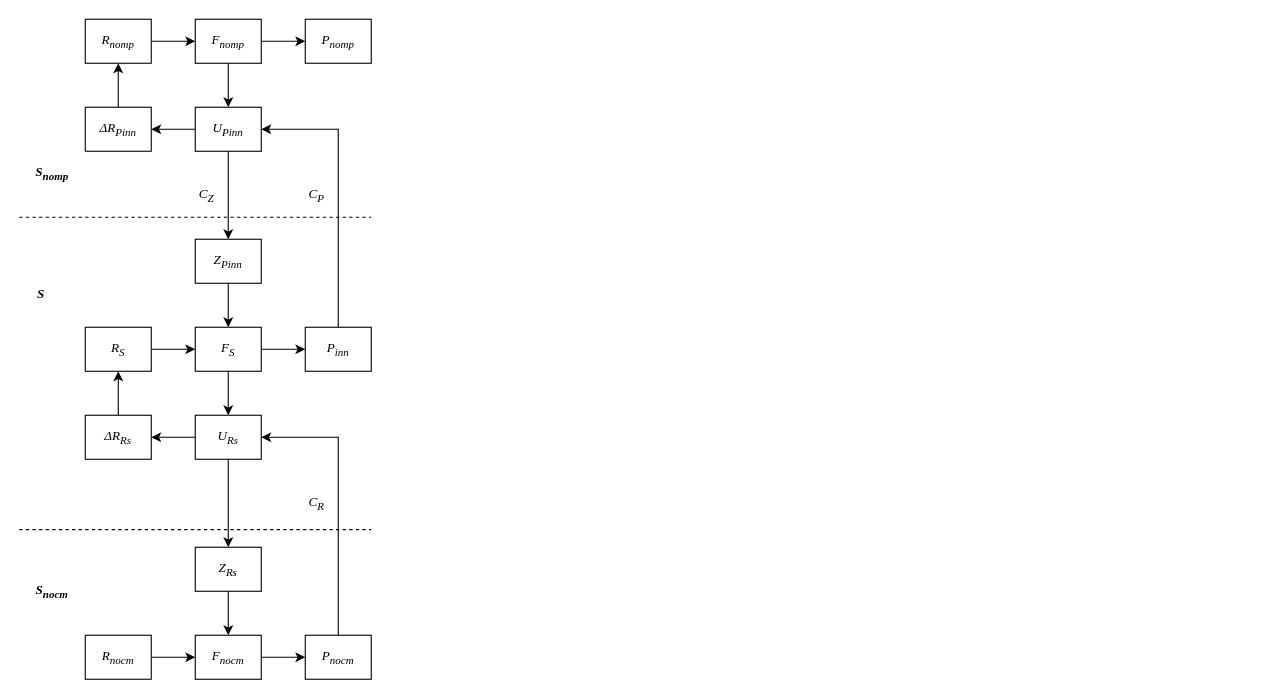
Above: delovoe_okr.drawio in obscurya/draw.io (draw.io), before the change. Source tidied: cells renumbered, new cells numbered last; positions are measured from the earlier drawing's top-left corner, leaving out a move shared by most shapes. Both pictures are drawn from the tidied source at 110%, with x=0, y=0 at pixel (19, 19).
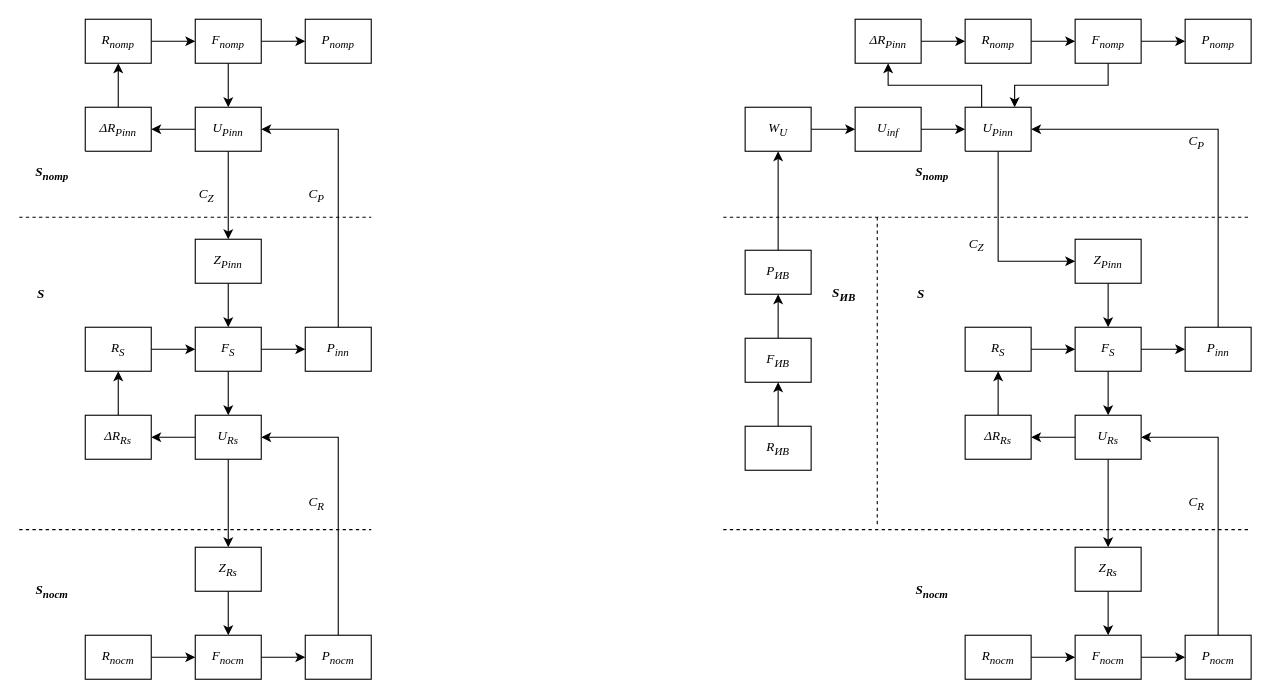
The same page after the edit.

Change to the diagram source:
```diff
@@
+    <mxCell id="40" style="edgeStyle=orthogonalEdgeStyle;rounded=0;jettySize=auto;html=1;fontStyle=2;" parent="1" edge="1" source="42" target="43">
+      <mxGeometry relative="1" as="geometry" />
+    </mxCell>
+    <mxCell id="41" style="edgeStyle=orthogonalEdgeStyle;rounded=0;jettySize=auto;html=1;fontStyle=2;exitX=0.5;exitY=1;exitDx=0;exitDy=0;entryX=0.75;entryY=0;entryDx=0;entryDy=0;" parent="1" edge="1" source="42" target="48">
+      <mxGeometry relative="1" as="geometry" />
+    </mxCell>
+    <mxCell id="42" value="F&lt;sub&gt;потр&lt;/sub&gt;" style="rounded=0;whiteSpace=wrap;html=1;fontFamily=Times New Roman;fontStyle=2;" parent="1" vertex="1">
+      <mxGeometry x="959.9" width="60" height="40" as="geometry" />
+    </mxCell>
+    <mxCell id="43" value="P&lt;sub&gt;потр&lt;/sub&gt;" style="rounded=0;whiteSpace=wrap;html=1;fontFamily=Times New Roman;fontStyle=2;" parent="1" vertex="1">
+      <mxGeometry x="1059.9" width="60" height="40" as="geometry" />
+    </mxCell>
+    <mxCell id="44" style="edgeStyle=orthogonalEdgeStyle;rounded=0;jettySize=auto;html=1;fontStyle=2;" parent="1" edge="1" source="45" target="42">
+      <mxGeometry relative="1" as="geometry" />
+    </mxCell>
+    <mxCell id="45" value="R&lt;sub&gt;потр&lt;/sub&gt;" style="rounded=0;whiteSpace=wrap;html=1;fontFamily=Times New Roman;fontStyle=2;" parent="1" vertex="1">
+      <mxGeometry x="859.9" width="60" height="40" as="geometry" />
+    </mxCell>
+    <mxCell id="46" style="edgeStyle=orthogonalEdgeStyle;rounded=0;jettySize=auto;html=1;fontStyle=2;entryX=0.5;entryY=1;entryDx=0;entryDy=0;exitX=0.25;exitY=0;exitDx=0;exitDy=0;" parent="1" edge="1" source="48" target="50">
+      <mxGeometry relative="1" as="geometry" />
+    </mxCell>
+    <mxCell id="47" value="C&lt;sub&gt;Z&lt;/sub&gt;" style="edgeStyle=orthogonalEdgeStyle;rounded=0;jettySize=auto;html=1;fontSize=12;fontFamily=Times New Roman;fontStyle=2;entryX=0;entryY=0.5;entryDx=0;entryDy=0;exitX=0.5;exitY=1;exitDx=0;exitDy=0;" parent="1" edge="1" source="48" target="52">
+      <mxGeometry y="-20" relative="1" as="geometry" />
+    </mxCell>
+    <mxCell id="48" value="U&lt;sub&gt;Pinn&lt;/sub&gt;" style="rounded=0;whiteSpace=wrap;html=1;fontFamily=Times New Roman;fontStyle=2;" parent="1" vertex="1">
+      <mxGeometry x="859.9" y="80" width="60" height="40" as="geometry" />
+    </mxCell>
+    <mxCell id="49" style="edgeStyle=orthogonalEdgeStyle;rounded=0;jettySize=auto;html=1;fontStyle=2;" parent="1" edge="1" source="50" target="45">
+      <mxGeometry relative="1" as="geometry" />
+    </mxCell>
+    <mxCell id="50" value="ΔR&lt;sub&gt;Pinn&lt;/sub&gt;&lt;br&gt;" style="rounded=0;whiteSpace=wrap;html=1;fontFamily=Times New Roman;fontStyle=2;" parent="1" vertex="1">
+      <mxGeometry x="759.9" width="60" height="40" as="geometry" />
+    </mxCell>
+    <mxCell id="51" style="edgeStyle=orthogonalEdgeStyle;rounded=0;jettySize=auto;html=1;fontStyle=2;" parent="1" edge="1" source="52" target="55">
+      <mxGeometry relative="1" as="geometry" />
+    </mxCell>
+    <mxCell id="52" value="Z&lt;sub&gt;Pinn&lt;/sub&gt;" style="rounded=0;whiteSpace=wrap;html=1;fontFamily=Times New Roman;fontStyle=2;" parent="1" vertex="1">
+      <mxGeometry x="959.9" y="200" width="60" height="40" as="geometry" />
+    </mxCell>
+    <mxCell id="53" style="edgeStyle=orthogonalEdgeStyle;rounded=0;jettySize=auto;html=1;fontStyle=2;" parent="1" edge="1" source="55" target="56">
+      <mxGeometry relative="1" as="geometry" />
+    </mxCell>
+    <mxCell id="54" style="edgeStyle=orthogonalEdgeStyle;rounded=0;jettySize=auto;html=1;fontStyle=2;" parent="1" edge="1" source="55" target="61">
+      <mxGeometry relative="1" as="geometry" />
+    </mxCell>
+    <mxCell id="55" value="F&lt;sub&gt;S&lt;/sub&gt;" style="rounded=0;whiteSpace=wrap;html=1;fontFamily=Times New Roman;fontStyle=2;" parent="1" vertex="1">
+      <mxGeometry x="959.9" y="280" width="60" height="40" as="geometry" />
+    </mxCell>
+    <mxCell id="56" value="P&lt;sub&gt;inn&lt;/sub&gt;" style="rounded=0;whiteSpace=wrap;html=1;fontFamily=Times New Roman;fontStyle=2;" parent="1" vertex="1">
+      <mxGeometry x="1059.9" y="280" width="60" height="40" as="geometry" />
+    </mxCell>
+    <mxCell id="57" style="edgeStyle=orthogonalEdgeStyle;rounded=0;jettySize=auto;html=1;fontStyle=2;" parent="1" edge="1" source="58" target="55">
+      <mxGeometry relative="1" as="geometry" />
+    </mxCell>
+    <mxCell id="58" value="R&lt;sub&gt;S&lt;/sub&gt;" style="rounded=0;whiteSpace=wrap;html=1;fontFamily=Times New Roman;fontStyle=2;" parent="1" vertex="1">
+      <mxGeometry x="859.9" y="280" width="60" height="40" as="geometry" />
+    </mxCell>
+    <mxCell id="59" style="edgeStyle=orthogonalEdgeStyle;rounded=0;jettySize=auto;html=1;fontStyle=2;" parent="1" edge="1" source="61" target="63">
+      <mxGeometry relative="1" as="geometry" />
+    </mxCell>
+    <mxCell id="60" style="edgeStyle=orthogonalEdgeStyle;rounded=0;jettySize=auto;html=1;fontStyle=2;" parent="1" edge="1" source="61" target="65">
+      <mxGeometry relative="1" as="geometry" />
+    </mxCell>
+    <mxCell id="61" value="U&lt;sub&gt;Rs&lt;/sub&gt;" style="rounded=0;whiteSpace=wrap;html=1;fontFamily=Times New Roman;fontStyle=2;" parent="1" vertex="1">
+      <mxGeometry x="959.9" y="360" width="60" height="40" as="geometry" />
+    </mxCell>
+    <mxCell id="62" style="edgeStyle=orthogonalEdgeStyle;rounded=0;jettySize=auto;html=1;fontStyle=2;" parent="1" edge="1" source="63" target="58">
+      <mxGeometry relative="1" as="geometry" />
+    </mxCell>
+    <mxCell id="63" value="ΔR&lt;sub&gt;Rs&lt;/sub&gt;&lt;br&gt;" style="rounded=0;whiteSpace=wrap;html=1;fontFamily=Times New Roman;fontStyle=2;" parent="1" vertex="1">
+      <mxGeometry x="859.9" y="360" width="60" height="40" as="geometry" />
+    </mxCell>
+    <mxCell id="64" style="edgeStyle=orthogonalEdgeStyle;rounded=0;jettySize=auto;html=1;fontStyle=2;" parent="1" edge="1" source="65" target="67">
+      <mxGeometry relative="1" as="geometry" />
+    </mxCell>
+    <mxCell id="65" value="Z&lt;sub&gt;Rs&lt;/sub&gt;&lt;br&gt;" style="rounded=0;whiteSpace=wrap;html=1;fontFamily=Times New Roman;fontStyle=2;" parent="1" vertex="1">
+      <mxGeometry x="959.9" y="480" width="60" height="40" as="geometry" />
+    </mxCell>
+    <mxCell id="66" style="edgeStyle=orthogonalEdgeStyle;rounded=0;jettySize=auto;html=1;fontStyle=2;" parent="1" edge="1" source="67" target="69">
+      <mxGeometry relative="1" as="geometry" />
+    </mxCell>
+    <mxCell id="67" value="F&lt;sub&gt;пост&lt;/sub&gt;" style="rounded=0;whiteSpace=wrap;html=1;fontFamily=Times New Roman;fontStyle=2;" parent="1" vertex="1">
+      <mxGeometry x="959.9" y="560" width="60" height="40" as="geometry" />
+    </mxCell>
+    <mxCell id="68" value="C&lt;sub&gt;R&lt;/sub&gt;" style="edgeStyle=orthogonalEdgeStyle;rounded=0;jettySize=auto;html=1;entryX=1;entryY=0.5;entryDx=0;entryDy=0;exitX=0.5;exitY=0;exitDx=0;exitDy=0;fontStyle=2;fontSize=12;fontFamily=Times New Roman;" parent="1" edge="1" source="69" target="61">
+      <mxGeometry x="-0.04" y="20" relative="1" as="geometry" />
+    </mxCell>
+    <mxCell id="69" value="P&lt;sub&gt;пост&lt;/sub&gt;" style="rounded=0;whiteSpace=wrap;html=1;fontFamily=Times New Roman;fontStyle=2;" parent="1" vertex="1">
+      <mxGeometry x="1059.9" y="560" width="60" height="40" as="geometry" />
+    </mxCell>
+    <mxCell id="70" style="edgeStyle=orthogonalEdgeStyle;rounded=0;jettySize=auto;html=1;fontStyle=2;" parent="1" edge="1" source="71" target="67">
+      <mxGeometry relative="1" as="geometry" />
+    </mxCell>
+    <mxCell id="71" value="R&lt;sub&gt;пост&lt;/sub&gt;" style="rounded=0;whiteSpace=wrap;html=1;fontFamily=Times New Roman;fontStyle=2;" parent="1" vertex="1">
+      <mxGeometry x="859.9" y="560" width="60" height="40" as="geometry" />
+    </mxCell>
+    <mxCell id="72" value="C&lt;sub&gt;P&lt;/sub&gt;" style="edgeStyle=orthogonalEdgeStyle;rounded=0;jettySize=auto;html=1;entryX=1;entryY=0.5;entryDx=0;entryDy=0;exitX=0.5;exitY=0;exitDx=0;exitDy=0;fontStyle=2;fontSize=12;fontFamily=Times New Roman;" parent="1" edge="1" source="56" target="48">
+      <mxGeometry x="-0.04" y="20" relative="1" as="geometry" />
+    </mxCell>
+    <mxCell id="73" style="endArrow=none;dashed=1;html=1;fontFamily=Times New Roman;fontSize=12;" parent="1" edge="1">
+      <mxGeometry relative="1" as="geometry">
+        <mxPoint x="640" y="180" as="sourcePoint" />
+        <mxPoint x="1119.9" y="180" as="targetPoint" />
+      </mxGeometry>
+    </mxCell>
+    <mxCell id="74" style="endArrow=none;dashed=1;html=1;fontFamily=Times New Roman;fontSize=12;" parent="1" edge="1">
+      <mxGeometry relative="1" as="geometry">
+        <mxPoint x="640" y="464" as="sourcePoint" />
+        <mxPoint x="1119.9" y="464" as="targetPoint" />
+      </mxGeometry>
+    </mxCell>
+    <mxCell id="75" value="S&lt;sub&gt;потр&lt;/sub&gt;" style="rounded=0;whiteSpace=wrap;html=1;fontFamily=Times New Roman;fontStyle=3;strokeColor=none;" parent="1" vertex="1">
+      <mxGeometry x="799.9" y="120" width="60" height="40" as="geometry" />
+    </mxCell>
+    <mxCell id="76" value="S" style="rounded=0;whiteSpace=wrap;html=1;fontFamily=Times New Roman;fontStyle=3;strokeColor=none;" parent="1" vertex="1">
+      <mxGeometry x="799.9" y="230" width="40" height="40" as="geometry" />
+    </mxCell>
+    <mxCell id="77" value="S&lt;sub&gt;пост&lt;/sub&gt;" style="rounded=0;whiteSpace=wrap;html=1;fontFamily=Times New Roman;fontStyle=3;strokeColor=none;" parent="1" vertex="1">
+      <mxGeometry x="799.9" y="500" width="60" height="40" as="geometry" />
+    </mxCell>
+    <mxCell id="78" style="edgeStyle=orthogonalEdgeStyle;rounded=0;jettySize=auto;html=1;fontStyle=2;" parent="1" edge="1" source="79" target="81">
+      <mxGeometry relative="1" as="geometry" />
+    </mxCell>
+    <mxCell id="79" value="F&lt;sub&gt;ИВ&lt;/sub&gt;" style="rounded=0;whiteSpace=wrap;html=1;fontFamily=Times New Roman;fontStyle=2;" parent="1" vertex="1">
+      <mxGeometry x="659.9" y="290" width="60" height="40" as="geometry" />
+    </mxCell>
+    <mxCell id="80" style="edgeStyle=orthogonalEdgeStyle;rounded=0;jettySize=auto;html=1;fontFamily=Times New Roman;fontSize=12;" parent="1" edge="1" source="81" target="85">
+      <mxGeometry relative="1" as="geometry" />
+    </mxCell>
+    <mxCell id="81" value="P&lt;sub&gt;ИВ&lt;/sub&gt;" style="rounded=0;whiteSpace=wrap;html=1;fontFamily=Times New Roman;fontStyle=2;" parent="1" vertex="1">
+      <mxGeometry x="659.9" y="210" width="60" height="40" as="geometry" />
+    </mxCell>
+    <mxCell id="82" style="edgeStyle=orthogonalEdgeStyle;rounded=0;jettySize=auto;html=1;fontStyle=2;" parent="1" edge="1" source="83" target="79">
+      <mxGeometry relative="1" as="geometry" />
+    </mxCell>
+    <mxCell id="83" value="R&lt;sub&gt;ИВ&lt;/sub&gt;" style="rounded=0;whiteSpace=wrap;html=1;fontFamily=Times New Roman;fontStyle=2;" parent="1" vertex="1">
+      <mxGeometry x="659.9" y="370" width="60" height="40" as="geometry" />
+    </mxCell>
+    <mxCell id="84" style="edgeStyle=orthogonalEdgeStyle;rounded=0;jettySize=auto;html=1;fontFamily=Times New Roman;fontSize=12;" parent="1" edge="1" source="85" target="87">
+      <mxGeometry relative="1" as="geometry" />
+    </mxCell>
+    <mxCell id="85" value="W&lt;sub&gt;U&lt;/sub&gt;" style="rounded=0;whiteSpace=wrap;html=1;fontFamily=Times New Roman;fontStyle=2;" parent="1" vertex="1">
+      <mxGeometry x="659.9" y="80" width="60" height="40" as="geometry" />
+    </mxCell>
+    <mxCell id="86" style="edgeStyle=orthogonalEdgeStyle;rounded=0;jettySize=auto;html=1;fontFamily=Times New Roman;fontSize=12;" parent="1" edge="1" source="87" target="48">
+      <mxGeometry relative="1" as="geometry" />
+    </mxCell>
+    <mxCell id="87" value="U&lt;sub&gt;inf&lt;/sub&gt;" style="rounded=0;whiteSpace=wrap;html=1;fontFamily=Times New Roman;fontStyle=2;" parent="1" vertex="1">
+      <mxGeometry x="759.9" y="80" width="60" height="40" as="geometry" />
+    </mxCell>
+    <mxCell id="88" style="endArrow=none;dashed=1;html=1;fontFamily=Times New Roman;fontSize=12;" parent="1" edge="1">
+      <mxGeometry relative="1" as="geometry">
+        <mxPoint x="780" y="180" as="sourcePoint" />
+        <mxPoint x="780" y="460" as="targetPoint" />
+      </mxGeometry>
+    </mxCell>
+    <mxCell id="89" value="S&lt;sub&gt;ИВ&lt;/sub&gt;" style="rounded=0;whiteSpace=wrap;html=1;fontFamily=Times New Roman;fontStyle=3;strokeColor=none;" parent="1" vertex="1">
+      <mxGeometry x="729.9" y="230" width="40" height="40" as="geometry" />
+    </mxCell>
```
